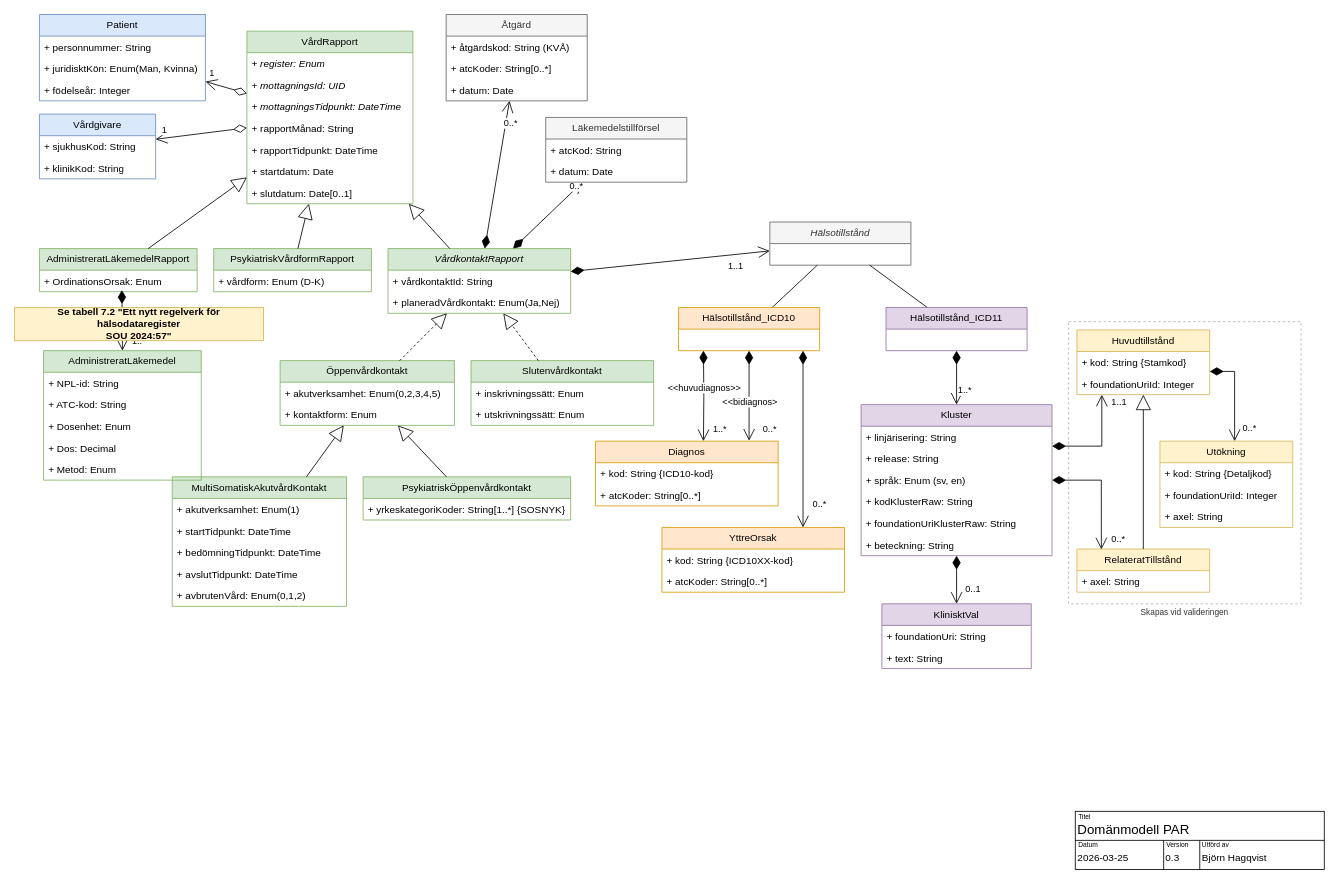
Before: page "Liggande 0.3" (3 of 5) of Klassmodell ICD11.drawio in bhagqvist-consid/ICD11, a draw.io diagram. Source tidied: cells renumbered, new cells numbered last; positions are measured from the earlier drawing's top-left corner, leaving out a move shared by most shapes. Both pictures are drawn from the tidied source at 83%, with x=0, y=0 at pixel (14, 14).
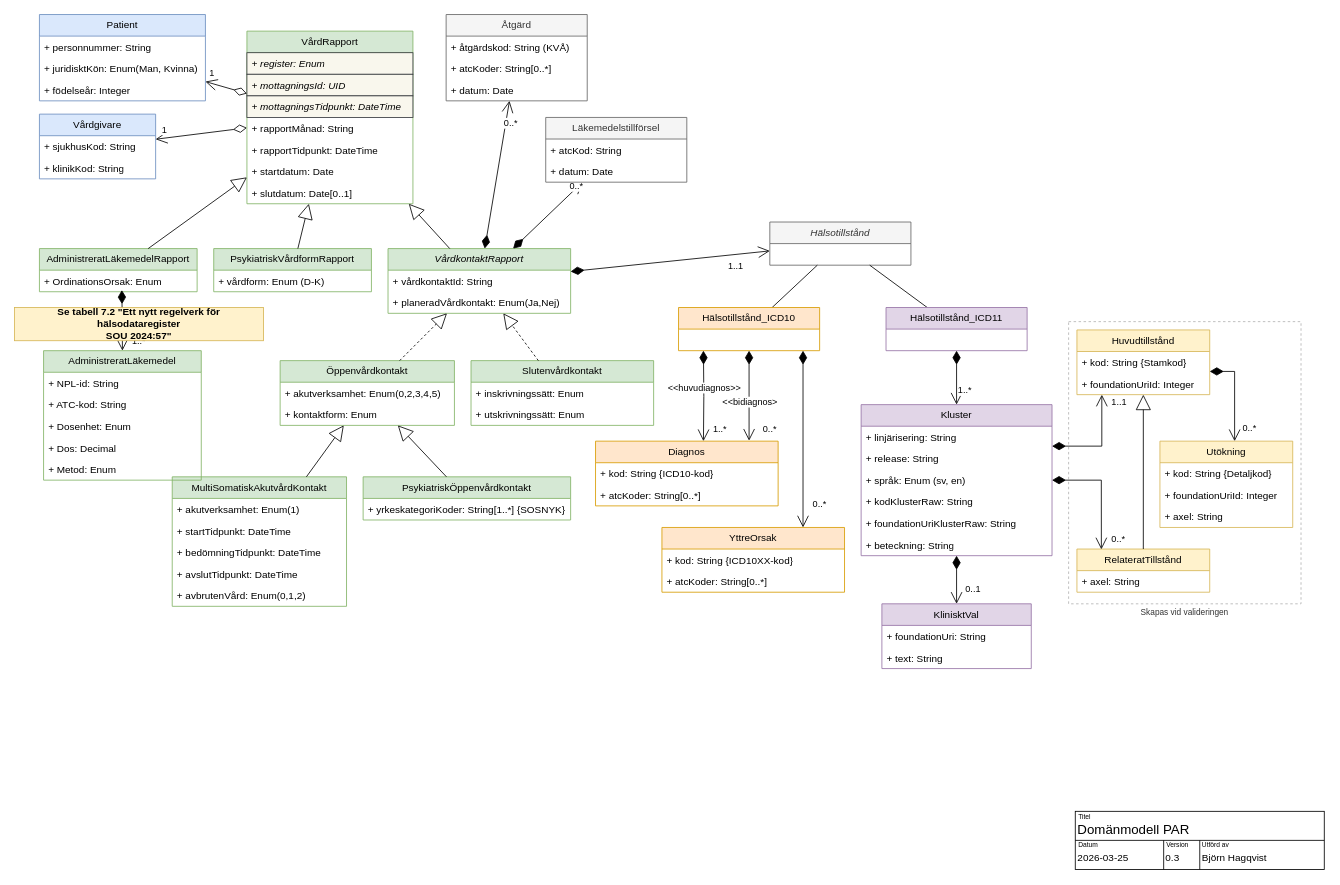
Above is the later version.

Unchanged cells that the change refers to:
```xml
<mxCell id="3" value="&lt;span style=&quot;font-style: normal;&quot;&gt;VårdRapport&lt;/span&gt;" style="swimlane;fontStyle=2;horizontal=1;startSize=26;fillColor=#d5e8d4;whiteSpace=wrap;html=1;strokeColor=#82b366;" parent="1" vertex="1">
  <mxGeometry x="280" y="20" width="200" height="208" as="geometry" />
</mxCell>
```

Change to the diagram source:
```diff
@@
-    <mxCell id="4" value="+ register: Enum" style="text;strokeColor=none;fillColor=none;align=left;verticalAlign=top;spacingLeft=4;spacingRight=4;overflow=hidden;whiteSpace=wrap;html=1;fontStyle=2;" parent="3" vertex="1">
+    <mxCell id="4" value="+ register: Enum" style="text;strokeColor=#36393d;fillColor=#f9f7ed;align=left;verticalAlign=top;spacingLeft=4;spacingRight=4;overflow=hidden;whiteSpace=wrap;html=1;fontStyle=2;" parent="3" vertex="1">
       <mxGeometry y="26" width="200" height="26" as="geometry" />
     </mxCell>
-    <mxCell id="5" value="+ mottagningsId: UID" style="text;strokeColor=none;fillColor=none;align=left;verticalAlign=top;spacingLeft=4;spacingRight=4;overflow=hidden;whiteSpace=wrap;html=1;fontStyle=2;" parent="3" vertex="1">
+    <mxCell id="5" value="+ mottagningsId: UID" style="text;strokeColor=#36393d;fillColor=#f9f7ed;align=left;verticalAlign=top;spacingLeft=4;spacingRight=4;overflow=hidden;whiteSpace=wrap;html=1;fontStyle=2;" parent="3" vertex="1">
       <mxGeometry y="52" width="200" height="26" as="geometry" />
     </mxCell>
-    <mxCell id="6" value="+ mottagningsTidpunkt: DateTime" style="text;strokeColor=none;fillColor=none;align=left;verticalAlign=top;spacingLeft=4;spacingRight=4;overflow=hidden;whiteSpace=wrap;html=1;fontStyle=2;" parent="3" vertex="1">
+    <mxCell id="6" value="+ mottagningsTidpunkt: DateTime" style="text;strokeColor=#36393d;fillColor=#f9f7ed;align=left;verticalAlign=top;spacingLeft=4;spacingRight=4;overflow=hidden;whiteSpace=wrap;html=1;fontStyle=2;" parent="3" vertex="1">
       <mxGeometry y="78" width="200" height="26" as="geometry" />
     </mxCell>
```
